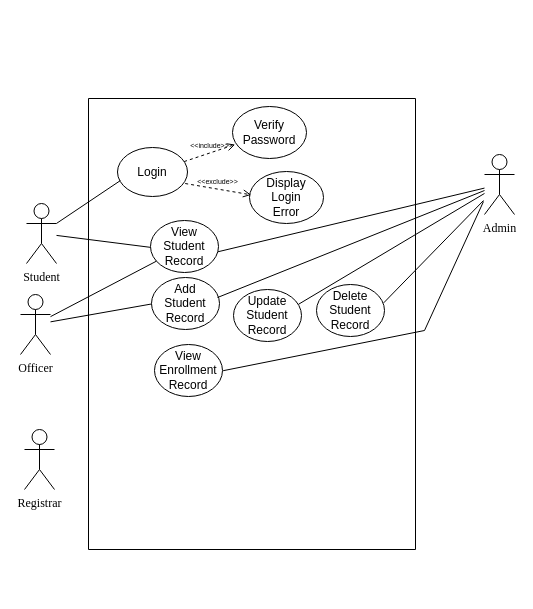
Earlier version of the draw.io diagram sql/Untitled Diagram.drawio (MrkDchvz/grocery_system). Source tidied: cells renumbered, new cells numbered last; positions are measured from the earlier drawing's top-left corner, leaving out a move shared by most shapes. Both pictures are drawn from the tidied source at 100%, with x=0, y=0 at pixel (20, 98).
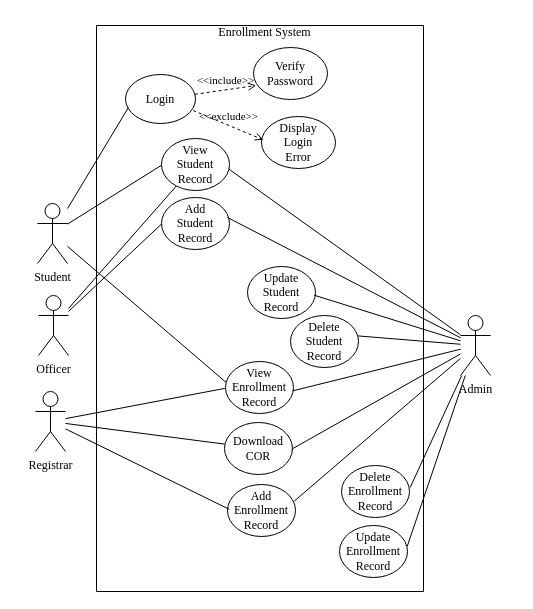
Above is the later version.

Change to the diagram source:
```diff
@@
-    <mxCell id="2" value="&lt;font face=&quot;Times New Roman&quot;&gt;Admin&lt;/font&gt;" style="shape=umlActor;verticalLabelPosition=bottom;verticalAlign=top;html=1;outlineConnect=0;" parent="1" vertex="1">
-      <mxGeometry x="464" y="56" width="30" height="60" as="geometry" />
+    <mxCell id="2" value="&lt;font&gt;Admin&lt;/font&gt;" style="shape=umlActor;verticalLabelPosition=bottom;verticalAlign=top;html=1;outlineConnect=0;fontFamily=Times New Roman;" parent="1" vertex="1">
+      <mxGeometry x="440" y="217" width="30" height="60" as="geometry" />
     </mxCell>
-    <mxCell id="3" value="&lt;font face=&quot;Times New Roman&quot;&gt;Officer&lt;/font&gt;" style="shape=umlActor;verticalLabelPosition=bottom;verticalAlign=top;html=1;outlineConnect=0;" parent="1" vertex="1">
-      <mxGeometry y="196" width="30" height="60" as="geometry" />
+    <mxCell id="3" value="&lt;font&gt;Officer&lt;/font&gt;" style="shape=umlActor;verticalLabelPosition=bottom;verticalAlign=top;html=1;outlineConnect=0;fontFamily=Times New Roman;" parent="1" vertex="1">
+      <mxGeometry x="18" y="197" width="30" height="60" as="geometry" />
     </mxCell>
-    <mxCell id="4" value="&lt;font face=&quot;Times New Roman&quot;&gt;Student&lt;/font&gt;" style="shape=umlActor;verticalLabelPosition=bottom;verticalAlign=top;html=1;outlineConnect=0;" parent="1" vertex="1">
-      <mxGeometry x="6" y="105" width="30" height="60" as="geometry" />
+    <mxCell id="4" value="&lt;font&gt;Student&lt;/font&gt;" style="shape=umlActor;verticalLabelPosition=bottom;verticalAlign=top;html=1;outlineConnect=0;fontFamily=Times New Roman;" parent="1" vertex="1">
+      <mxGeometry x="17" y="105" width="30" height="60" as="geometry" />
     </mxCell>
-    <mxCell id="5" value="&lt;font face=&quot;Times New Roman&quot;&gt;Registrar&lt;/font&gt;" style="shape=umlActor;verticalLabelPosition=bottom;verticalAlign=top;html=1;outlineConnect=0;" parent="1" vertex="1">
-      <mxGeometry x="4" y="331" width="30" height="60" as="geometry" />
+    <mxCell id="5" value="&lt;font&gt;Registrar&lt;/font&gt;" style="shape=umlActor;verticalLabelPosition=bottom;verticalAlign=top;html=1;outlineConnect=0;fontFamily=Times New Roman;" parent="1" vertex="1">
+      <mxGeometry x="15" y="293" width="30" height="60" as="geometry" />
     </mxCell>
-    <mxCell id="6" style="swimlane;startSize=0;" parent="1" vertex="1">
-      <mxGeometry x="68" width="327" height="451" as="geometry" />
+    <mxCell id="6" style="swimlane;startSize=0;fontFamily=Times New Roman;" parent="1" vertex="1">
+      <mxGeometry x="76" y="-73" width="327" height="566" as="geometry" />
     </mxCell>
-    <mxCell id="7" value="Login" style="ellipse;whiteSpace=wrap;html=1;" parent="6" vertex="1">
+    <mxCell id="7" value="Login" style="ellipse;whiteSpace=wrap;html=1;fontFamily=Times New Roman;" parent="6" vertex="1">
       <mxGeometry x="29" y="49" width="70" height="49" as="geometry" />
     </mxCell>
-    <mxCell id="8" value="Verify Password" style="ellipse;whiteSpace=wrap;html=1;" parent="6" vertex="1">
-      <mxGeometry x="144" y="8" width="74" height="52" as="geometry" />
+    <mxCell id="8" value="Verify Password" style="ellipse;whiteSpace=wrap;html=1;fontFamily=Times New Roman;" parent="6" vertex="1">
+      <mxGeometry x="157" y="22" width="74" height="52" as="geometry" />
     </mxCell>
-    <mxCell id="9" value="&lt;div&gt;Display &lt;br&gt;&lt;/div&gt;&lt;div&gt;Login&lt;/div&gt;&lt;div&gt;Error&lt;br&gt;&lt;/div&gt;" style="ellipse;whiteSpace=wrap;html=1;" parent="6" vertex="1">
-      <mxGeometry x="161" y="73" width="74" height="52" as="geometry" />
+    <mxCell id="9" value="&lt;div&gt;Display &lt;br&gt;&lt;/div&gt;&lt;div&gt;Login&lt;/div&gt;&lt;div&gt;Error&lt;br&gt;&lt;/div&gt;" style="ellipse;whiteSpace=wrap;html=1;fontFamily=Times New Roman;" parent="6" vertex="1">
+      <mxGeometry x="165" y="91" width="74" height="52" as="geometry" />
     </mxCell>
-    <mxCell id="10" value="&lt;font style=&quot;font-size: 7px;&quot;&gt;&amp;lt;&amp;lt;include&amp;gt;&amp;gt;&lt;/font&gt;" style="html=1;verticalAlign=bottom;labelBackgroundColor=none;endArrow=open;endFill=0;dashed=1;rounded=0;entryX=0.036;entryY=0.731;entryDx=0;entryDy=0;entryPerimeter=0;" parent="6" edge="1" source="7" target="8">
+    <mxCell id="10" value="&lt;font&gt;&amp;lt;&amp;lt;include&amp;gt;&amp;gt;&lt;/font&gt;" style="html=1;verticalAlign=bottom;labelBackgroundColor=none;endArrow=open;endFill=0;dashed=1;rounded=0;entryX=0.036;entryY=0.731;entryDx=0;entryDy=0;entryPerimeter=0;fontFamily=Times New Roman;" parent="6" edge="1" source="7" target="8">
       <mxGeometry relative="1" as="geometry" />
     </mxCell>
-    <mxCell id="11" value="&lt;font style=&quot;font-size: 7px;&quot;&gt;&amp;lt;&amp;lt;exclude&amp;gt;&amp;gt;&lt;/font&gt;" style="html=1;verticalAlign=bottom;labelBackgroundColor=none;endArrow=open;endFill=0;dashed=1;rounded=0;exitX=0.967;exitY=0.735;exitDx=0;exitDy=0;exitPerimeter=0;entryX=0.023;entryY=0.449;entryDx=0;entryDy=0;entryPerimeter=0;" parent="6" edge="1" source="7" target="9">
+    <mxCell id="11" value="&lt;font style=&quot;font-size: 11px;&quot;&gt;&amp;lt;&amp;lt;exclude&amp;gt;&amp;gt;&lt;/font&gt;" style="html=1;verticalAlign=bottom;labelBackgroundColor=none;endArrow=open;endFill=0;dashed=1;rounded=0;exitX=0.967;exitY=0.735;exitDx=0;exitDy=0;exitPerimeter=0;entryX=0.023;entryY=0.449;entryDx=0;entryDy=0;entryPerimeter=0;fontFamily=Times New Roman;fontSize=12;" parent="6" edge="1" source="7" target="9">
       <mxGeometry relative="1" as="geometry" />
     </mxCell>
-    <mxCell id="12" value="&lt;div&gt;View &lt;br&gt;&lt;/div&gt;&lt;div&gt;Student &lt;br&gt;&lt;/div&gt;&lt;div&gt;Record&lt;br&gt;&lt;/div&gt;" style="ellipse;whiteSpace=wrap;html=1;" parent="6" vertex="1">
-      <mxGeometry x="62" y="122" width="68" height="52" as="geometry" />
+    <mxCell id="12" value="&lt;div&gt;View &lt;br&gt;&lt;/div&gt;&lt;div&gt;Student &lt;br&gt;&lt;/div&gt;&lt;div&gt;Record&lt;br&gt;&lt;/div&gt;" style="ellipse;whiteSpace=wrap;html=1;fontFamily=Times New Roman;" parent="6" vertex="1">
+      <mxGeometry x="65" y="113" width="68" height="52" as="geometry" />
     </mxCell>
-    <mxCell id="13" value="&lt;div&gt;Add&lt;br&gt;&lt;/div&gt;&lt;div&gt;Student &lt;br&gt;&lt;/div&gt;&lt;div&gt;Record&lt;br&gt;&lt;/div&gt;" style="ellipse;whiteSpace=wrap;html=1;" parent="6" vertex="1">
-      <mxGeometry x="63" y="179" width="68" height="52" as="geometry" />
+    <mxCell id="13" value="&lt;div&gt;Add&lt;br&gt;&lt;/div&gt;&lt;div&gt;Student &lt;br&gt;&lt;/div&gt;&lt;div&gt;Record&lt;br&gt;&lt;/div&gt;" style="ellipse;whiteSpace=wrap;html=1;fontFamily=Times New Roman;" parent="6" vertex="1">
+      <mxGeometry x="65" y="172" width="68" height="52" as="geometry" />
     </mxCell>
-    <mxCell id="14" value="&lt;div&gt;Update&lt;br&gt;&lt;/div&gt;&lt;div&gt;Student &lt;br&gt;&lt;/div&gt;&lt;div&gt;Record&lt;br&gt;&lt;/div&gt;" style="ellipse;whiteSpace=wrap;html=1;" parent="6" vertex="1">
-      <mxGeometry x="145" y="191" width="68" height="52" as="geometry" />
+    <mxCell id="14" value="&lt;div&gt;Update&lt;br&gt;&lt;/div&gt;&lt;div&gt;Student &lt;br&gt;&lt;/div&gt;&lt;div&gt;Record&lt;br&gt;&lt;/div&gt;" style="ellipse;whiteSpace=wrap;html=1;fontFamily=Times New Roman;" parent="6" vertex="1">
+      <mxGeometry x="151" y="241" width="68" height="52" as="geometry" />
     </mxCell>
-    <mxCell id="15" value="&lt;div&gt;Delete&lt;br&gt;&lt;/div&gt;&lt;div&gt;Student &lt;br&gt;&lt;/div&gt;&lt;div&gt;Record&lt;br&gt;&lt;/div&gt;" style="ellipse;whiteSpace=wrap;html=1;" parent="6" vertex="1">
-      <mxGeometry x="228" y="186" width="68" height="52" as="geometry" />
+    <mxCell id="15" value="&lt;div&gt;Delete&lt;br&gt;&lt;/div&gt;&lt;div&gt;Student &lt;br&gt;&lt;/div&gt;&lt;div&gt;Record&lt;br&gt;&lt;/div&gt;" style="ellipse;whiteSpace=wrap;html=1;fontFamily=Times New Roman;" parent="6" vertex="1">
+      <mxGeometry x="194" y="290" width="68" height="52" as="geometry" />
     </mxCell>
-    <mxCell id="16" value="&lt;div&gt;View&lt;br&gt;&lt;/div&gt;&lt;div&gt;Enrollment&lt;br&gt;&lt;/div&gt;&lt;div&gt;Record&lt;br&gt;&lt;/div&gt;" style="ellipse;whiteSpace=wrap;html=1;" parent="6" vertex="1">
-      <mxGeometry x="66" y="246" width="68" height="52" as="geometry" />
+    <mxCell id="16" value="&lt;div&gt;View&lt;br&gt;&lt;/div&gt;&lt;div&gt;Enrollment&lt;br&gt;&lt;/div&gt;&lt;div&gt;Record&lt;br&gt;&lt;/div&gt;" style="ellipse;whiteSpace=wrap;html=1;fontFamily=Times New Roman;" parent="6" vertex="1">
+      <mxGeometry x="129" y="336" width="68" height="52" as="geometry" />
     </mxCell>
+    <mxCell id="26" value="&lt;div&gt;Download &lt;br&gt;&lt;/div&gt;&lt;div&gt;COR&lt;br&gt;&lt;/div&gt;" style="ellipse;whiteSpace=wrap;html=1;fontFamily=Times New Roman;" parent="6" vertex="1">
+      <mxGeometry x="128" y="397" width="68" height="52" as="geometry" />
+    </mxCell>
+    <mxCell id="27" value="&lt;div&gt;Add&lt;br&gt;&lt;/div&gt;&lt;div&gt;Enrollment&lt;br&gt;&lt;/div&gt;&lt;div&gt;Record&lt;br&gt;&lt;/div&gt;" style="ellipse;whiteSpace=wrap;html=1;fontFamily=Times New Roman;" parent="6" vertex="1">
+      <mxGeometry x="131" y="459" width="68" height="52" as="geometry" />
+    </mxCell>
+    <mxCell id="28" value="&lt;div&gt;Delete&lt;br&gt;&lt;/div&gt;&lt;div&gt;Enrollment&lt;br&gt;&lt;/div&gt;&lt;div&gt;Record&lt;br&gt;&lt;/div&gt;" style="ellipse;whiteSpace=wrap;html=1;fontFamily=Times New Roman;" parent="6" vertex="1">
+      <mxGeometry x="245" y="440" width="68" height="52" as="geometry" />
+    </mxCell>
+    <mxCell id="29" value="&lt;div&gt;Update&lt;br&gt;&lt;/div&gt;&lt;div&gt;Enrollment&lt;br&gt;&lt;/div&gt;&lt;div&gt;Record&lt;br&gt;&lt;/div&gt;" style="ellipse;whiteSpace=wrap;html=1;fontFamily=Times New Roman;" parent="6" vertex="1">
+      <mxGeometry x="243" y="500" width="68" height="52" as="geometry" />
+    </mxCell>
+    <mxCell id="30" value="Enrollment System" style="text;html=1;align=center;verticalAlign=middle;whiteSpace=wrap;rounded=0;fontFamily=Times New Roman;" parent="6" vertex="1">
+      <mxGeometry x="112" y="-8" width="113" height="30" as="geometry" />
+    </mxCell>
-    <mxCell id="17" style="endArrow=none;html=1;rounded=0;entryX=0.041;entryY=0.675;entryDx=0;entryDy=0;entryPerimeter=0;" parent="1" edge="1" source="4" target="7">
+    <mxCell id="17" style="endArrow=none;html=1;rounded=0;entryX=0.041;entryY=0.675;entryDx=0;entryDy=0;entryPerimeter=0;fontFamily=Times New Roman;" parent="1" edge="1" source="4" target="7">
       <mxGeometry relative="1" as="geometry" />
     </mxCell>
-    <mxCell id="18" style="endArrow=none;html=1;rounded=0;entryX=-0.002;entryY=0.516;entryDx=0;entryDy=0;entryPerimeter=0;" parent="1" edge="1" source="4" target="12">
+    <mxCell id="18" style="endArrow=none;html=1;rounded=0;entryX=-0.002;entryY=0.516;entryDx=0;entryDy=0;entryPerimeter=0;fontFamily=Times New Roman;" parent="1" edge="1" source="4" target="12">
       <mxGeometry relative="1" as="geometry" />
     </mxCell>
-    <mxCell id="19" style="endArrow=none;html=1;rounded=0;exitX=0.99;exitY=0.602;exitDx=0;exitDy=0;exitPerimeter=0;" parent="1" edge="1" source="12" target="2">
-      <mxGeometry relative="1" as="geometry" />
-    </mxCell>
-    <mxCell id="20" style="endArrow=none;html=1;rounded=0;" parent="1" edge="1" source="12" target="3">
+    <mxCell id="20" style="endArrow=none;html=1;rounded=0;fontFamily=Times New Roman;" parent="1" edge="1" source="12" target="3">
       <mxGeometry relative="1" as="geometry" />
     </mxCell>
-    <mxCell id="21" style="endArrow=none;html=1;rounded=0;entryX=0.001;entryY=0.509;entryDx=0;entryDy=0;entryPerimeter=0;" parent="1" edge="1" source="3" target="13">
+    <mxCell id="21" style="endArrow=none;html=1;rounded=0;entryX=0.001;entryY=0.509;entryDx=0;entryDy=0;entryPerimeter=0;fontFamily=Times New Roman;" parent="1" edge="1" source="3" target="13">
       <mxGeometry relative="1" as="geometry" />
     </mxCell>
-    <mxCell id="22" style="endArrow=none;html=1;rounded=0;exitX=0.971;exitY=0.385;exitDx=0;exitDy=0;exitPerimeter=0;" parent="1" edge="1" source="13" target="2">
+    <mxCell id="22" style="endArrow=none;html=1;rounded=0;exitX=0.971;exitY=0.385;exitDx=0;exitDy=0;exitPerimeter=0;fontFamily=Times New Roman;" parent="1" edge="1" source="13" target="2">
       <mxGeometry relative="1" as="geometry" />
     </mxCell>
+    <mxCell id="31" style="endArrow=none;html=1;rounded=0;entryX=0.008;entryY=0.401;entryDx=0;entryDy=0;entryPerimeter=0;fontFamily=Times New Roman;" parent="1" edge="1" source="4" target="16">
+      <mxGeometry relative="1" as="geometry" />
+    </mxCell>
+    <mxCell id="32" style="endArrow=none;html=1;rounded=0;entryX=-0.009;entryY=0.517;entryDx=0;entryDy=0;entryPerimeter=0;fontFamily=Times New Roman;" parent="1" edge="1" source="5" target="16">
+      <mxGeometry relative="1" as="geometry" />
+    </mxCell>
+    <mxCell id="33" style="endArrow=none;html=1;rounded=0;entryX=0.027;entryY=0.478;entryDx=0;entryDy=0;entryPerimeter=0;fontFamily=Times New Roman;" parent="1" edge="1" source="5" target="27">
+      <mxGeometry relative="1" as="geometry" />
+    </mxCell>
+    <mxCell id="34" style="endArrow=none;html=1;rounded=0;exitX=1.01;exitY=0.422;exitDx=0;exitDy=0;exitPerimeter=0;fontFamily=Times New Roman;" parent="1" edge="1" source="28" target="2">
+      <mxGeometry relative="1" as="geometry" />
+    </mxCell>
-    <mxCell id="23" style="endArrow=none;html=1;rounded=0;exitX=0.954;exitY=0.286;exitDx=0;exitDy=0;exitPerimeter=0;" parent="1" edge="1" source="14" target="2">
+    <mxCell id="23" style="endArrow=none;html=1;rounded=0;exitX=0.978;exitY=0.551;exitDx=0;exitDy=0;exitPerimeter=0;fontFamily=Times New Roman;" parent="1" edge="1" source="14" target="2">
       <mxGeometry relative="1" as="geometry" />
     </mxCell>
-    <mxCell id="24" style="endArrow=none;html=1;rounded=0;exitX=0.988;exitY=0.353;exitDx=0;exitDy=0;exitPerimeter=0;" parent="1" edge="1" source="15">
-      <mxGeometry relative="1" as="geometry">
-        <mxPoint x="463" y="102" as="targetPoint" />
-      </mxGeometry>
-    </mxCell>
-    <mxCell id="25" style="endArrow=none;html=1;rounded=0;exitX=1.009;exitY=0.504;exitDx=0;exitDy=0;exitPerimeter=0;" parent="1" edge="1" source="16">
-      <mxGeometry relative="1" as="geometry">
-        <mxPoint x="463" y="103" as="targetPoint" />
-        <Array as="points">
-          <mxPoint x="404" y="232" />
-        </Array>
-      </mxGeometry>
-    </mxCell>
+    <mxCell id="35" style="endArrow=none;html=1;rounded=0;exitX=0.988;exitY=0.392;exitDx=0;exitDy=0;exitPerimeter=0;fontFamily=Times New Roman;" parent="1" edge="1" source="15" target="2">
+      <mxGeometry relative="1" as="geometry" />
+    </mxCell>
+    <mxCell id="36" style="endArrow=none;html=1;rounded=0;exitX=0.987;exitY=0.514;exitDx=0;exitDy=0;exitPerimeter=0;fontFamily=Times New Roman;" parent="1" edge="1" source="26" target="2">
+      <mxGeometry relative="1" as="geometry" />
+    </mxCell>
+    <mxCell id="37" style="endArrow=none;html=1;rounded=0;exitX=0.981;exitY=0.321;exitDx=0;exitDy=0;exitPerimeter=0;fontFamily=Times New Roman;" parent="1" edge="1" source="27" target="2">
+      <mxGeometry relative="1" as="geometry" />
+    </mxCell>
+    <mxCell id="38" style="endArrow=none;html=1;rounded=0;exitX=0.989;exitY=0.564;exitDx=0;exitDy=0;exitPerimeter=0;fontFamily=Times New Roman;" parent="1" edge="1" source="16" target="2">
+      <mxGeometry relative="1" as="geometry" />
+    </mxCell>
+    <mxCell id="39" style="endArrow=none;html=1;rounded=0;exitX=0.997;exitY=0.396;exitDx=0;exitDy=0;exitPerimeter=0;fontFamily=Times New Roman;" parent="1" edge="1" source="29" target="2">
+      <mxGeometry relative="1" as="geometry" />
+    </mxCell>
+    <mxCell id="40" style="endArrow=none;html=1;rounded=0;fontFamily=Times New Roman;" parent="1" edge="1" source="5" target="26">
+      <mxGeometry relative="1" as="geometry" />
+    </mxCell>
+    <mxCell id="41" style="endArrow=none;html=1;rounded=0;entryX=0.985;entryY=0.583;entryDx=0;entryDy=0;entryPerimeter=0;fontFamily=Times New Roman;" parent="1" edge="1" source="2" target="12">
+      <mxGeometry relative="1" as="geometry" />
+    </mxCell>
```
